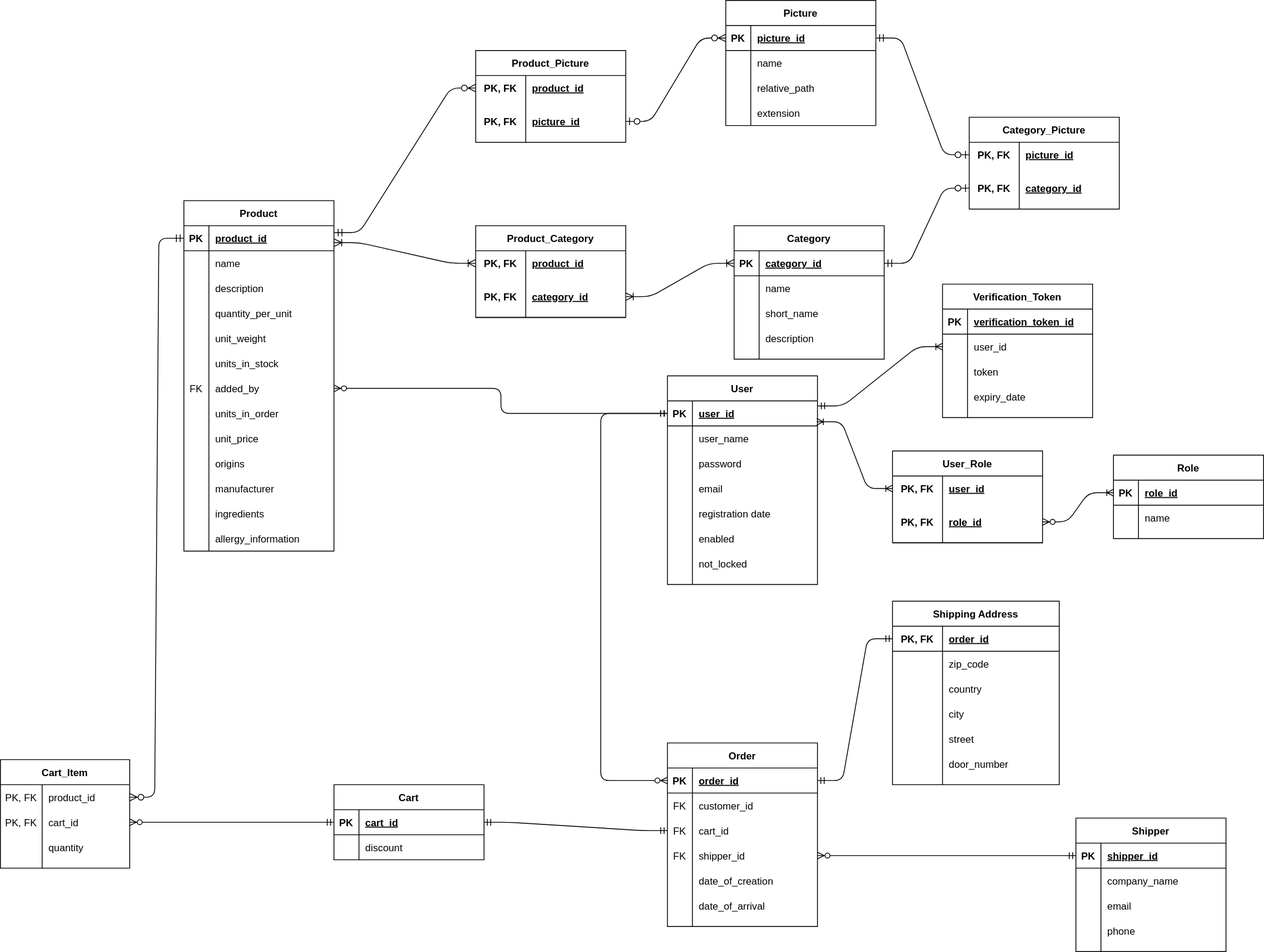
This is VB_UML.svg from LyakhnitskiyDP/VigilantBean, a draw.io export, as it was before one commit. Source tidied: cells renumbered, new cells last; positions are measured from the earlier drawing's top-left corner, leaving out a move shared by most shapes.
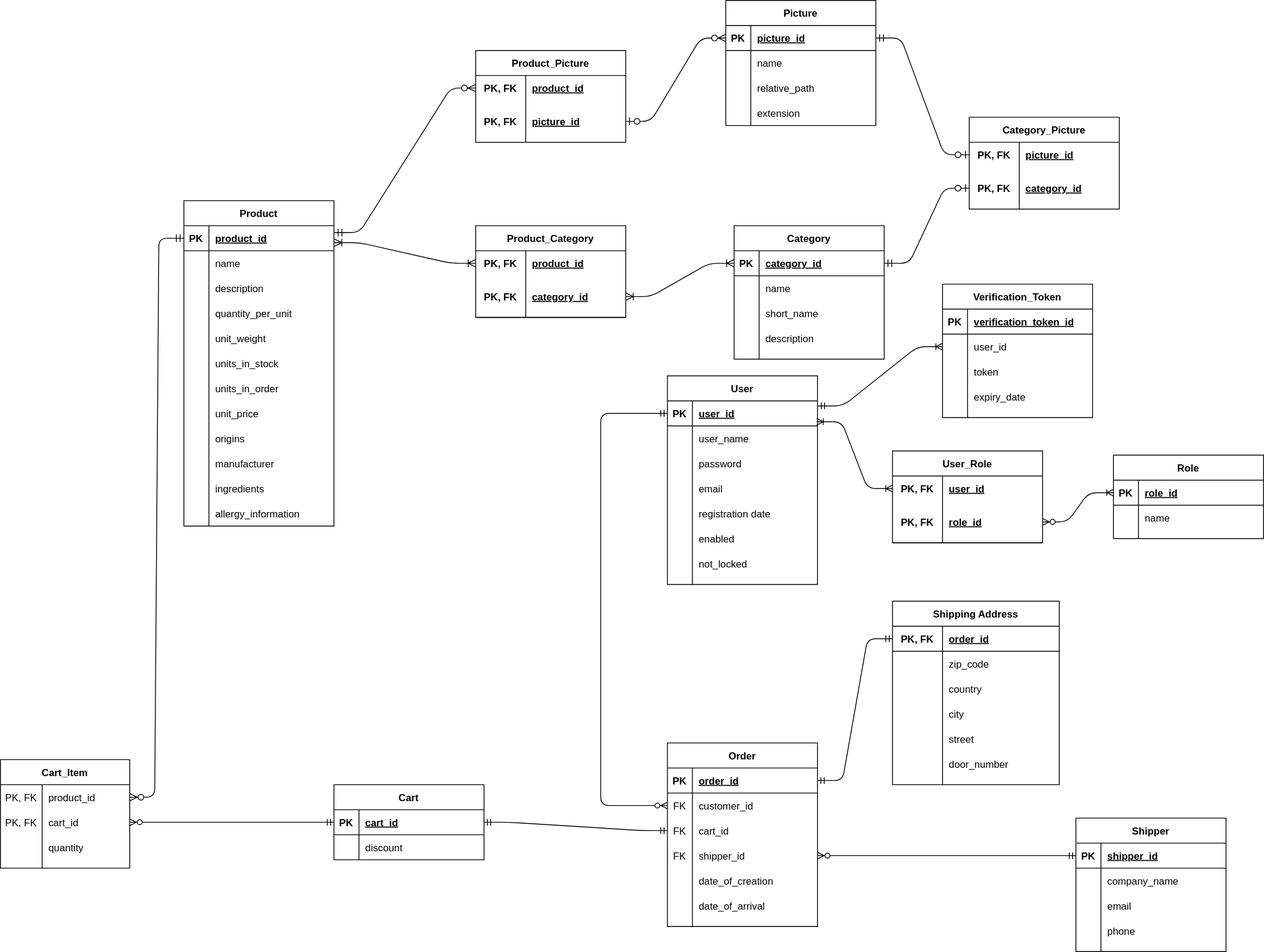
After the commit.

Commit message:
[domain] Add cart-related entities

The edit, as a diff of the source:
```diff
@@ -69,7 +69,7 @@
       <mxGeometry x="30" width="150" height="30" as="geometry" />
     </mxCell>
     <mxCell id="24" value="Product" style="shape=table;startSize=30;rowLines=0;fontStyle=1;align=center;" parent="1" vertex="1">
-      <mxGeometry x="220" y="240" width="180" height="420" as="geometry" />
+      <mxGeometry x="220" y="240" width="180" height="390" as="geometry" />
     </mxCell>
     <mxCell id="25" style="shape=partialRectangle;fillColor=none;top=0;left=0;bottom=1;right=0;points=[[0,0.5],[1,0.5]];portConstraint=eastwest;" parent="24" vertex="1">
       <mxGeometry y="30" width="180" height="30" as="geometry" />
@@ -125,17 +125,8 @@
     <mxCell id="42" value="units_in_stock" style="shape=partialRectangle;fillColor=none;top=0;left=0;bottom=0;right=0;align=left;spacingLeft=6;overflow=hidden;" parent="40" vertex="1">
       <mxGeometry x="30" width="150" height="30" as="geometry" />
     </mxCell>
-    <mxCell id="43" style="shape=partialRectangle;fillColor=none;top=0;left=0;bottom=0;right=0;points=[[0,0.5],[1,0.5]];portConstraint=eastwest;" parent="24" vertex="1">
-      <mxGeometry y="210" width="180" height="30" as="geometry" />
-    </mxCell>
-    <mxCell id="44" value="FK" style="shape=partialRectangle;fillColor=none;top=0;left=0;bottom=0;right=0;overflow=hidden;" parent="43" vertex="1">
-      <mxGeometry width="30" height="30" as="geometry" />
-    </mxCell>
-    <mxCell id="45" value="added_by" style="shape=partialRectangle;fillColor=none;top=0;left=0;bottom=0;right=0;align=left;spacingLeft=6;overflow=hidden;" parent="43" vertex="1">
-      <mxGeometry x="30" width="150" height="30" as="geometry" />
-    </mxCell>
     <mxCell id="46" style="shape=partialRectangle;fillColor=none;top=0;left=0;bottom=0;right=0;" parent="24" vertex="1">
-      <mxGeometry y="240" width="180" height="30" as="geometry" />
+      <mxGeometry y="210" width="180" height="30" as="geometry" />
     </mxCell>
     <mxCell id="47" style="shape=partialRectangle;fillColor=none;top=0;left=0;bottom=0;right=0;overflow=hidden;" parent="46" vertex="1">
       <mxGeometry width="30" height="30" as="geometry" />
@@ -144,7 +135,7 @@
       <mxGeometry x="30" width="150" height="30" as="geometry" />
     </mxCell>
     <mxCell id="49" style="shape=partialRectangle;fillColor=none;top=0;left=0;bottom=0;right=0;" parent="24" vertex="1">
-      <mxGeometry y="270" width="180" height="30" as="geometry" />
+      <mxGeometry y="240" width="180" height="30" as="geometry" />
     </mxCell>
     <mxCell id="50" style="shape=partialRectangle;fillColor=none;top=0;left=0;bottom=0;right=0;overflow=hidden;" parent="49" vertex="1">
       <mxGeometry width="30" height="30" as="geometry" />
@@ -153,7 +144,7 @@
       <mxGeometry x="30" width="150" height="30" as="geometry" />
     </mxCell>
     <mxCell id="52" style="shape=partialRectangle;fillColor=none;top=0;left=0;bottom=0;right=0;" parent="24" vertex="1">
-      <mxGeometry y="300" width="180" height="30" as="geometry" />
+      <mxGeometry y="270" width="180" height="30" as="geometry" />
     </mxCell>
     <mxCell id="53" style="shape=partialRectangle;fillColor=none;top=0;left=0;bottom=0;right=0;overflow=hidden;" parent="52" vertex="1">
       <mxGeometry width="30" height="30" as="geometry" />
@@ -162,7 +153,7 @@
       <mxGeometry x="30" width="150" height="30" as="geometry" />
     </mxCell>
     <mxCell id="55" style="shape=partialRectangle;fillColor=none;top=0;left=0;bottom=0;right=0;" parent="24" vertex="1">
-      <mxGeometry y="330" width="180" height="30" as="geometry" />
+      <mxGeometry y="300" width="180" height="30" as="geometry" />
     </mxCell>
     <mxCell id="56" style="shape=partialRectangle;fillColor=none;top=0;left=0;bottom=0;right=0;overflow=hidden;" parent="55" vertex="1">
       <mxGeometry width="30" height="30" as="geometry" />
@@ -171,7 +162,7 @@
       <mxGeometry x="30" width="150" height="30" as="geometry" />
     </mxCell>
     <mxCell id="58" style="shape=partialRectangle;fillColor=none;top=0;left=0;bottom=0;right=0;" parent="24" vertex="1">
-      <mxGeometry y="360" width="180" height="30" as="geometry" />
+      <mxGeometry y="330" width="180" height="30" as="geometry" />
     </mxCell>
     <mxCell id="59" style="shape=partialRectangle;fillColor=none;top=0;left=0;bottom=0;right=0;overflow=hidden;" parent="58" vertex="1">
       <mxGeometry width="30" height="30" as="geometry" />
@@ -180,7 +171,7 @@
       <mxGeometry x="30" width="150" height="30" as="geometry" />
     </mxCell>
     <mxCell id="61" style="shape=partialRectangle;fillColor=none;top=0;left=0;bottom=0;right=0;" parent="24" vertex="1">
-      <mxGeometry y="390" width="180" height="30" as="geometry" />
+      <mxGeometry y="360" width="180" height="30" as="geometry" />
     </mxCell>
     <mxCell id="62" style="shape=partialRectangle;fillColor=none;top=0;left=0;bottom=0;right=0;overflow=hidden;" parent="61" vertex="1">
       <mxGeometry width="30" height="30" as="geometry" />
@@ -502,16 +493,13 @@
     <mxCell id="167" style="edgeStyle=entityRelationEdgeStyle;fontSize=12;html=1;endArrow=ERoneToMany;endFill=0;exitX=1;exitY=0.5;exitDx=0;exitDy=0;entryX=0;entryY=0.5;entryDx=0;entryDy=0;startArrow=ERzeroToMany;startFill=1;" parent="1" edge="1" source="163" target="153">
       <mxGeometry relative="1" as="geometry" />
     </mxCell>
-    <mxCell id="168" style="edgeStyle=elbowEdgeStyle;fontSize=12;html=1;endArrow=ERmandOne;endFill=0;startArrow=ERzeroToMany;entryX=0;entryY=0.5;entryDx=0;entryDy=0;rounded=1;exitX=0;exitY=0.5;exitDx=0;exitDy=0;startFill=1;" parent="1" edge="1" source="119" target="3">
+    <mxCell id="168" style="edgeStyle=elbowEdgeStyle;fontSize=12;html=1;endArrow=ERmandOne;endFill=0;startArrow=ERzeroToMany;entryX=0;entryY=0.5;entryDx=0;entryDy=0;rounded=1;exitX=0;exitY=0.5;exitDx=0;exitDy=0;startFill=1;" parent="1" edge="1" source="122" target="3">
       <mxGeometry relative="1" as="geometry">
         <Array as="points">
           <mxPoint x="720" y="700" />
         </Array>
       </mxGeometry>
     </mxCell>
-    <mxCell id="169" style="edgeStyle=elbowEdgeStyle;rounded=1;jettySize=auto;html=1;entryX=0;entryY=0.5;entryDx=0;entryDy=0;startArrow=ERzeroToMany;startFill=1;endArrow=ERmandOne;endFill=0;strokeColor=#000000;" parent="1" edge="1" source="43" target="3">
-      <mxGeometry relative="1" as="geometry" />
-    </mxCell>
     <mxCell id="170" value="Shipping Address" style="shape=table;startSize=30;rowLines=0;fontStyle=1;align=center;" parent="1" vertex="1">
       <mxGeometry x="1070" y="720" width="200" height="220" as="geometry" />
     </mxCell>
```
